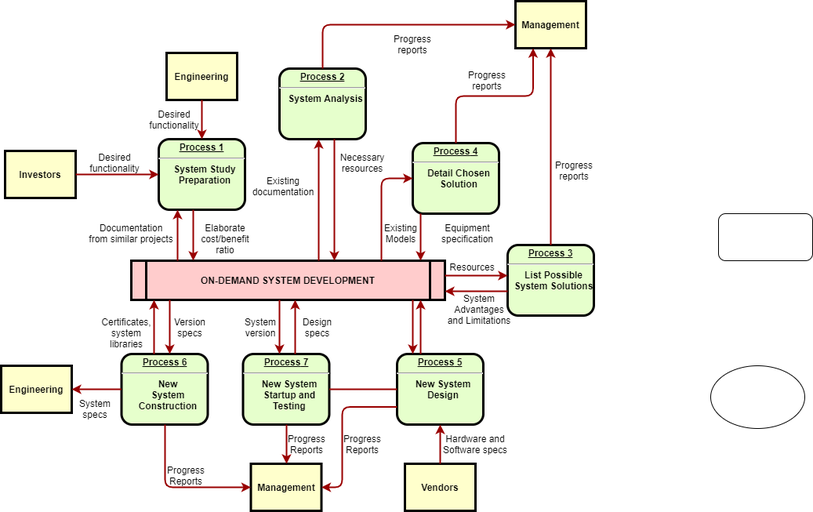
Earlier version of the draw.io export yixun.search.drawio.png (msc3000/draw.io.files). Source tidied: cells renumbered, new cells last; positions are measured from the earlier drawing's top-left corner, leaving out a move shared by most shapes.
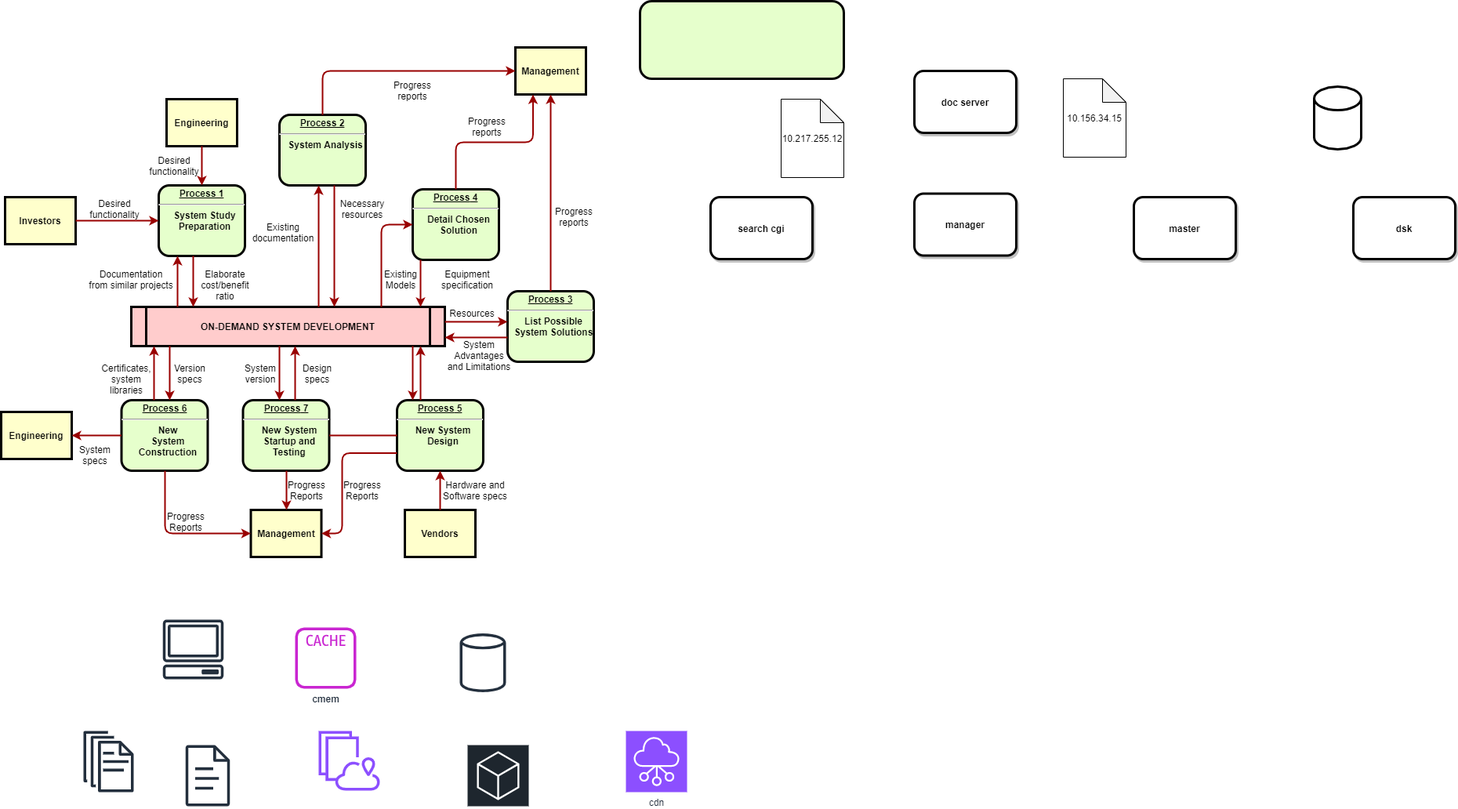
The same file after the commit.

Diff of the diagram source:
```diff
@@ -2,9 +2,6 @@
   <root>
     <mxCell id="0" />
     <mxCell id="1" parent="0" />
-    <mxCell id="2" style="ellipse;whiteSpace=wrap;html=1;" parent="1" vertex="1">
-      <mxGeometry x="905" y="465" width="120" height="80" as="geometry" />
-    </mxCell>
     <mxCell id="3" value="&lt;p style=&quot;margin: 0px; margin-top: 4px; text-align: center; text-decoration: underline;&quot;&gt;&lt;strong&gt;Process 1&lt;br /&gt;&lt;/strong&gt;&lt;/p&gt;&lt;hr /&gt;&lt;p style=&quot;margin: 0px; margin-left: 8px;&quot;&gt;System Study&lt;/p&gt;&lt;p style=&quot;margin: 0px; margin-left: 8px;&quot;&gt;Preparation&lt;/p&gt;" style="verticalAlign=middle;align=center;overflow=fill;fontSize=12;fontFamily=Helvetica;html=1;rounded=1;fontStyle=1;strokeWidth=3;fillColor=#E6FFCC;" parent="1" vertex="1">
       <mxGeometry x="201" y="176" width="110" height="90" as="geometry" />
     </mxCell>
@@ -20,7 +17,7 @@
     <mxCell id="7" value="&lt;p style=&quot;margin: 0px; margin-top: 4px; text-align: center; text-decoration: underline;&quot;&gt;&lt;strong&gt;Process 2&lt;br /&gt;&lt;/strong&gt;&lt;/p&gt;&lt;hr /&gt;&lt;p style=&quot;margin: 0px; margin-left: 8px;&quot;&gt;System Analysis&lt;/p&gt;" style="verticalAlign=middle;align=center;overflow=fill;fontSize=12;fontFamily=Helvetica;html=1;rounded=1;fontStyle=1;strokeWidth=3;fillColor=#E6FFCC;" parent="1" vertex="1">
       <mxGeometry x="355" y="86" width="110" height="90" as="geometry" />
     </mxCell>
-    <mxCell id="8" value="&lt;p style=&quot;margin: 0px; margin-top: 4px; text-align: center; text-decoration: underline;&quot;&gt;&lt;strong&gt;&lt;strong&gt;Process&lt;/strong&gt; 3&lt;br /&gt;&lt;/strong&gt;&lt;/p&gt;&lt;hr /&gt;&lt;p style=&quot;margin: 0px; margin-left: 8px;&quot;&gt;List Possible&lt;/p&gt;&lt;p style=&quot;margin: 0px; margin-left: 8px;&quot;&gt;System Solutions&lt;/p&gt;" style="verticalAlign=middle;align=center;overflow=fill;fontSize=12;fontFamily=Helvetica;html=1;rounded=1;fontStyle=1;strokeWidth=3;fillColor=#E6FFCC;" parent="1" vertex="1">
+    <mxCell id="8" value="&lt;p style=&quot;margin: 0px; margin-top: 4px; text-align: center; text-decoration: underline;&quot;&gt;&lt;strong&gt;&lt;strong&gt;Process&lt;/strong&gt; 3&lt;br /&gt;&lt;/strong&gt;&lt;/p&gt;&lt;hr /&gt;&lt;p style=&quot;margin: 0px; margin-left: 8px;&quot;&gt;List Possible&lt;/p&gt;&lt;p style=&quot;margin: 0px; margin-left: 8px;&quot;&gt;System Solutions&lt;/p&gt;" style="verticalAlign=middle;align=center;overflow=fill;fontSize=12;fontFamily=Helvetica;html=1;rounded=1;fontStyle=1;strokeWidth=3;fillColor=#E6FFCC;strokeColor=default;" parent="1" vertex="1">
       <mxGeometry x="646" y="311" width="110" height="90" as="geometry" />
     </mxCell>
     <mxCell id="9" value="&lt;p style=&quot;margin: 0px; margin-top: 4px; text-align: center; text-decoration: underline;&quot;&gt;&lt;strong&gt;&lt;strong&gt;Process&lt;/strong&gt; 4&lt;br /&gt;&lt;/strong&gt;&lt;/p&gt;&lt;hr /&gt;&lt;p style=&quot;margin: 0px; margin-left: 8px;&quot;&gt;Detail Chosen&lt;/p&gt;&lt;p style=&quot;margin: 0px; margin-left: 8px;&quot;&gt;Solution&lt;/p&gt;" style="verticalAlign=middle;align=center;overflow=fill;fontSize=12;fontFamily=Helvetica;html=1;rounded=1;fontStyle=1;strokeWidth=3;fillColor=#E6FFCC;" parent="1" vertex="1">
@@ -256,8 +253,56 @@
     <mxCell id="63" value="System&#10;version" style="text;spacingTop=-5;align=center;" parent="1" vertex="1">
       <mxGeometry x="316" y="401" width="30" height="20" as="geometry" />
     </mxCell>
-    <mxCell id="64" style="rounded=1;whiteSpace=wrap;html=1;" parent="1" vertex="1">
-      <mxGeometry x="915" y="271" width="120" height="60" as="geometry" />
+    <mxCell id="64" value="search&amp;nbsp;cgi" style="rounded=1;whiteSpace=wrap;html=1;fontStyle=1;strokeWidth=3;shadow=1;overflow=visible;" parent="1" vertex="1">
+      <mxGeometry x="905" y="191" width="130" height="79" as="geometry" />
     </mxCell>
+    <mxCell id="65" value="&lt;div style=&quot;&quot;&gt;&lt;br&gt;&lt;/div&gt;&lt;div style=&quot;&quot;&gt;&lt;/div&gt;" style="verticalAlign=middle;align=center;overflow=fill;fontSize=12;fontFamily=Helvetica;html=1;rounded=1;fontStyle=1;strokeWidth=3;fillColor=#E6FFCC;strokeColor=default;" parent="1" vertex="1">
+      <mxGeometry x="815" y="-59" width="260" height="99" as="geometry" />
+    </mxCell>
+    <mxCell id="66" value="manager" style="rounded=1;whiteSpace=wrap;html=1;fontStyle=1;strokeWidth=3;shadow=1;overflow=visible;" parent="1" vertex="1">
+      <mxGeometry x="1165" y="186.5" width="130" height="79" as="geometry" />
+    </mxCell>
+    <mxCell id="67" value="master" style="rounded=1;whiteSpace=wrap;html=1;fontStyle=1;strokeWidth=3;shadow=1;overflow=visible;" parent="1" vertex="1">
+      <mxGeometry x="1445" y="191" width="130" height="79" as="geometry" />
+    </mxCell>
+    <mxCell id="68" value="dsk" style="rounded=1;whiteSpace=wrap;html=1;fontStyle=1;strokeWidth=3;shadow=1;overflow=visible;" parent="1" vertex="1">
+      <mxGeometry x="1725" y="191" width="130" height="79" as="geometry" />
+    </mxCell>
+    <mxCell id="69" value="doc server" style="rounded=1;whiteSpace=wrap;html=1;fontStyle=1;strokeWidth=3;shadow=1;overflow=visible;" parent="1" vertex="1">
+      <mxGeometry x="1165" y="30" width="130" height="79" as="geometry" />
+    </mxCell>
+    <mxCell id="70" style="shape=cylinder3;whiteSpace=wrap;html=1;boundedLbl=1;backgroundOutline=1;size=15;strokeWidth=3;" parent="1" vertex="1">
+      <mxGeometry x="1675" y="50" width="60" height="80" as="geometry" />
+    </mxCell>
+    <mxCell id="71" value="&lt;b&gt;cmem&lt;/b&gt;" style="sketch=0;fontColor=#232F3E;gradientColor=none;fillColor=#C925D1;strokeColor=none;dashed=0;verticalLabelPosition=bottom;verticalAlign=top;align=center;html=1;fontSize=12;fontStyle=0;shape=mxgraph.aws4.cache_node;strokeWidth=1;" parent="1" vertex="1">
+      <mxGeometry x="375" y="740" width="78" height="78" as="geometry" />
+    </mxCell>
+    <mxCell id="72" style="sketch=0;fontColor=#232F3E;gradientColor=none;fillColor=#232F3D;strokeColor=none;dashed=0;verticalLabelPosition=bottom;verticalAlign=top;align=center;html=1;fontSize=12;fontStyle=0;shape=mxgraph.aws4.generic_database;" parent="1" vertex="1">
+      <mxGeometry x="585" y="746" width="59" height="78" as="geometry" />
+    </mxCell>
+    <mxCell id="73" style="sketch=0;fontColor=#232F3E;gradientColor=none;fillColor=#232F3D;strokeColor=none;dashed=0;verticalLabelPosition=bottom;verticalAlign=top;align=center;html=1;fontSize=12;fontStyle=0;shape=mxgraph.aws4.document;" parent="1" vertex="1">
+      <mxGeometry x="235" y="890" width="57" height="78" as="geometry" />
+    </mxCell>
+    <mxCell id="74" style="sketch=0;fontColor=#232F3E;gradientColor=none;fillColor=#232F3D;strokeColor=none;dashed=0;verticalLabelPosition=bottom;verticalAlign=top;align=center;html=1;fontSize=12;fontStyle=0;shape=mxgraph.aws4.documents;" parent="1" vertex="1">
+      <mxGeometry x="105" y="872" width="64" height="78" as="geometry" />
+    </mxCell>
+    <mxCell id="75" style="sketch=0;fontColor=#232F3E;gradientColor=none;fillColor=#232F3D;strokeColor=none;dashed=0;verticalLabelPosition=bottom;verticalAlign=top;align=center;html=1;fontSize=12;fontStyle=0;shape=mxgraph.aws4.client;" parent="1" vertex="1">
+      <mxGeometry x="206" y="730" width="78" height="76" as="geometry" />
+    </mxCell>
+    <mxCell id="76" style="sketch=0;fontColor=#232F3E;gradientColor=none;fillColor=#8C4FFF;strokeColor=none;dashed=0;verticalLabelPosition=bottom;verticalAlign=top;align=center;html=1;fontSize=12;fontStyle=0;shape=mxgraph.aws4.service;" parent="1" vertex="1">
+      <mxGeometry x="405" y="872" width="78" height="76" as="geometry" />
+    </mxCell>
+    <mxCell id="77" value="cdn" style="sketch=0;fontColor=#232F3E;fillColor=#8C4FFF;strokeColor=#ffffff;dashed=0;verticalLabelPosition=bottom;verticalAlign=top;align=center;html=1;fontSize=12;fontStyle=0;shape=mxgraph.aws4.resourceIcon;resIcon=mxgraph.aws4.networking_and_content_delivery;" parent="1" vertex="1">
+      <mxGeometry x="797" y="872" width="78" height="78" as="geometry" />
+    </mxCell>
+    <mxCell id="78" style="sketch=0;gradientDirection=north;fontColor=#232F3E;gradientColor=none;fillColor=#1E262E;strokeColor=#ffffff;dashed=0;verticalLabelPosition=bottom;verticalAlign=top;align=center;html=1;fontSize=12;fontStyle=0;shape=mxgraph.aws4.resourceIcon;resIcon=mxgraph.aws4.general;" parent="1" vertex="1">
+      <mxGeometry x="595" y="890" width="78" height="78" as="geometry" />
+    </mxCell>
+    <mxCell id="79" value="10.156.34.15" style="shape=note;whiteSpace=wrap;html=1;backgroundOutline=1;darkOpacity=0.05;" parent="1" vertex="1">
+      <mxGeometry x="1355" y="40" width="80" height="100" as="geometry" />
+    </mxCell>
+    <mxCell id="80" value="10.217.255.12" style="shape=note;whiteSpace=wrap;html=1;backgroundOutline=1;darkOpacity=0.05;" parent="1" vertex="1">
+      <mxGeometry x="995" y="66" width="80" height="100" as="geometry" />
+    </mxCell>
   </root>
 </mxGraphModel>
```
